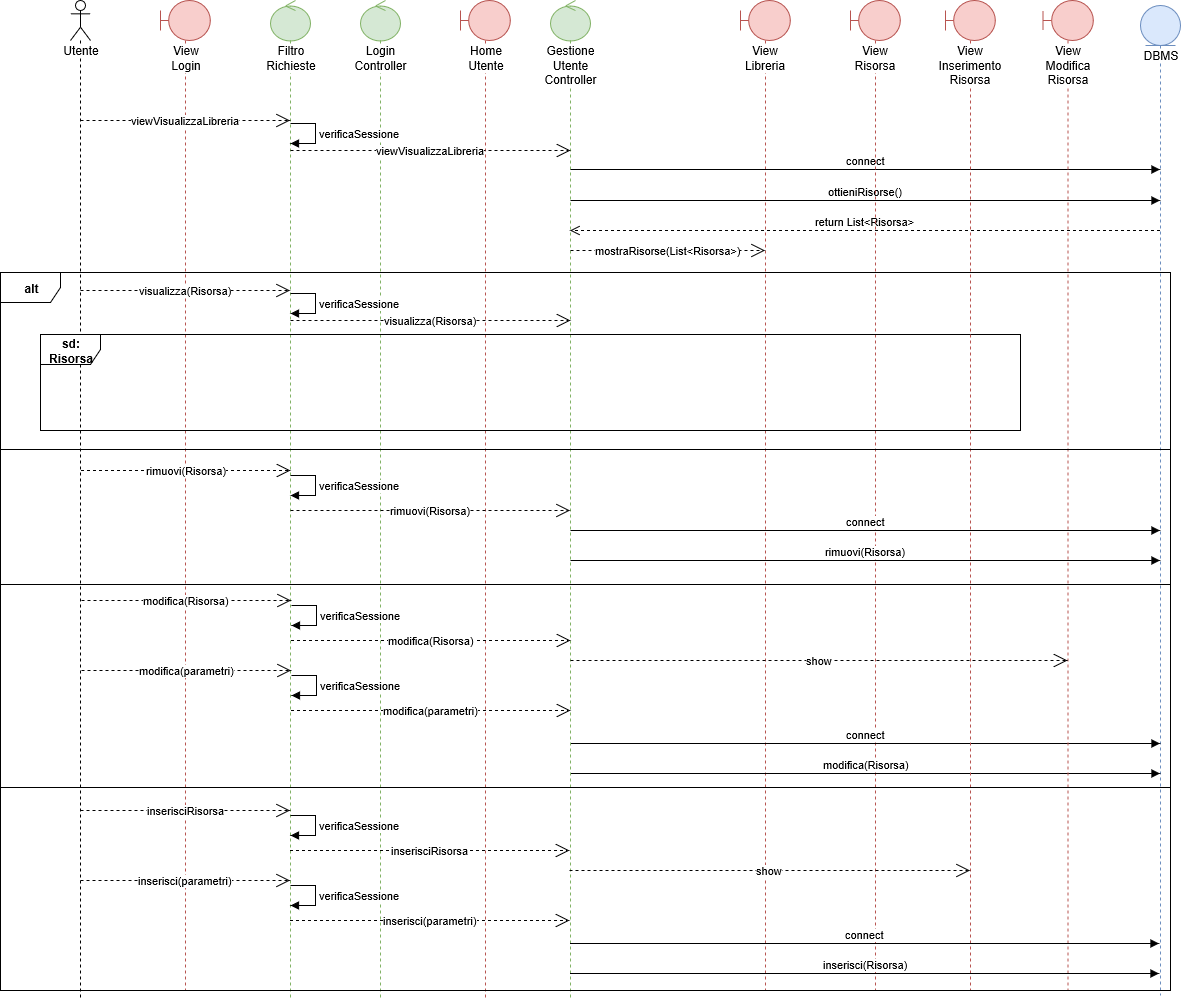
Before: Relazione quasi completa/sdLibreria.png, a diagram exported from draw.io (SundavarBlaka/Alexandria). Source tidied: cells renumbered, new cells last; positions are measured from the earlier drawing's top-left corner, leaving out a move shared by most shapes.
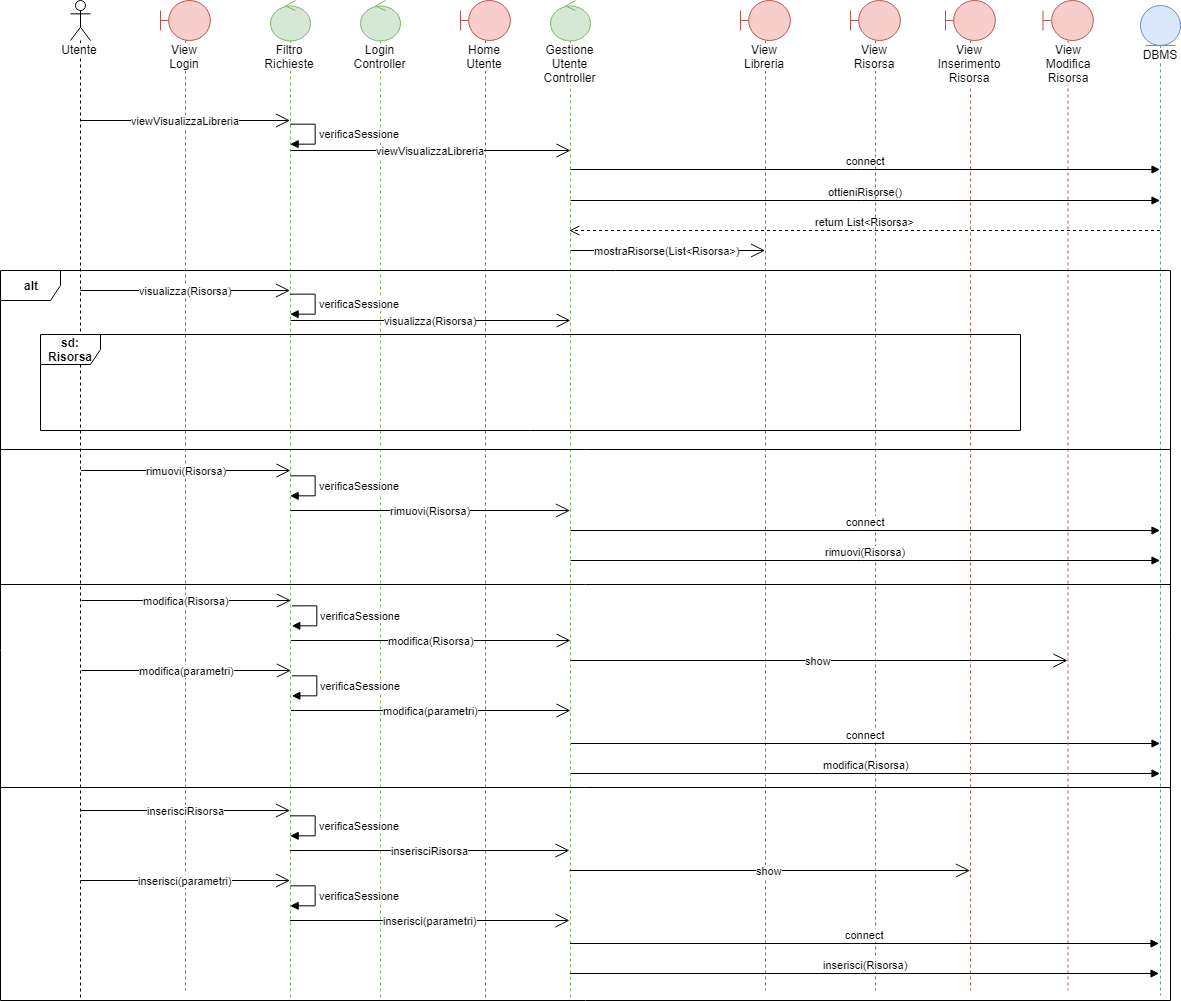
Later version of the same file.

Diff of the diagram source:
```diff
@@ -23,12 +23,12 @@
     <mxCell id="8" value="View Libreria&lt;br&gt;" style="shape=umlLifeline;participant=umlBoundary;perimeter=lifelinePerimeter;whiteSpace=wrap;html=1;verticalAlign=top;spacingTop=36;labelBackgroundColor=#ffffff;fillColor=#f8cecc;strokeColor=#b85450;" parent="1" vertex="1">
       <mxGeometry x="740" width="50" height="990" as="geometry" />
     </mxCell>
-    <mxCell id="9" value="viewVisualizzaLibreria&lt;br&gt;" style="endArrow=open;endSize=12;dashed=1;html=1;" parent="1" edge="1" target="4">
+    <mxCell id="9" value="viewVisualizzaLibreria&lt;br&gt;" style="endArrow=open;endSize=12;html=1;" parent="1" edge="1" target="4">
       <mxGeometry relative="1" as="geometry">
         <mxPoint x="80" y="120" as="sourcePoint" />
       </mxGeometry>
     </mxCell>
-    <mxCell id="10" value="viewVisualizzaLibreria&lt;br&gt;" style="endArrow=open;endSize=12;dashed=1;html=1;" parent="1" edge="1">
+    <mxCell id="10" value="viewVisualizzaLibreria&lt;br&gt;" style="endArrow=open;endSize=12;html=1;" parent="1" edge="1">
       <mxGeometry relative="1" as="geometry">
         <mxPoint x="290" y="150" as="sourcePoint" />
         <mxPoint x="570" y="150" as="targetPoint" />
@@ -63,19 +63,19 @@
         </Array>
       </mxGeometry>
     </mxCell>
-    <mxCell id="16" value="mostraRisorse(List&amp;lt;Risorsa&amp;gt;)&lt;br&gt;" style="endArrow=open;endSize=12;dashed=1;html=1;" parent="1" edge="1">
+    <mxCell id="16" value="mostraRisorse(List&amp;lt;Risorsa&amp;gt;)&lt;br&gt;" style="endArrow=open;endSize=12;html=1;" parent="1" edge="1">
       <mxGeometry relative="1" as="geometry">
         <mxPoint x="570" y="250" as="sourcePoint" />
         <mxPoint x="764.5" y="250" as="targetPoint" />
       </mxGeometry>
     </mxCell>
-    <mxCell id="17" value="visualizza(Risorsa)&lt;br&gt;" style="endArrow=open;endSize=12;dashed=1;html=1;" parent="1" edge="1">
+    <mxCell id="17" value="visualizza(Risorsa)&lt;br&gt;" style="endArrow=open;endSize=12;html=1;" parent="1" edge="1">
       <mxGeometry relative="1" as="geometry">
         <mxPoint x="80" y="290" as="sourcePoint" />
         <mxPoint x="289.5" y="290" as="targetPoint" />
       </mxGeometry>
     </mxCell>
-    <mxCell id="18" value="visualizza(Risorsa)&lt;br&gt;" style="endArrow=open;endSize=12;dashed=1;html=1;" parent="1" edge="1">
+    <mxCell id="18" value="visualizza(Risorsa)&lt;br&gt;" style="endArrow=open;endSize=12;html=1;" parent="1" edge="1">
       <mxGeometry relative="1" as="geometry">
         <mxPoint x="290" y="320" as="sourcePoint" />
         <mxPoint x="570" y="320" as="targetPoint" />
@@ -96,13 +96,13 @@
     <mxCell id="21" value="&lt;b&gt;sd: Risorsa&lt;/b&gt;&lt;br&gt;" style="shape=umlFrame;whiteSpace=wrap;html=1;" parent="1" vertex="1">
       <mxGeometry x="40" y="334" width="980" height="96" as="geometry" />
     </mxCell>
-    <mxCell id="22" value="rimuovi(Risorsa)&lt;br&gt;" style="endArrow=open;endSize=12;dashed=1;html=1;" parent="1" edge="1">
+    <mxCell id="22" value="rimuovi(Risorsa)&lt;br&gt;" style="endArrow=open;endSize=12;html=1;" parent="1" edge="1">
       <mxGeometry relative="1" as="geometry">
         <mxPoint x="80.5" y="470" as="sourcePoint" />
         <mxPoint x="290" y="470" as="targetPoint" />
       </mxGeometry>
     </mxCell>
-    <mxCell id="23" value="rimuovi(Risorsa)&lt;br&gt;" style="endArrow=open;endSize=12;dashed=1;html=1;" parent="1" edge="1" target="7">
+    <mxCell id="23" value="rimuovi(Risorsa)&lt;br&gt;" style="endArrow=open;endSize=12;html=1;" parent="1" edge="1" target="7">
       <mxGeometry relative="1" as="geometry">
         <mxPoint x="290" y="510" as="sourcePoint" />
       </mxGeometry>
@@ -126,13 +126,13 @@
         <mxPoint x="570" y="560" as="sourcePoint" />
       </mxGeometry>
     </mxCell>
-    <mxCell id="27" value="modifica(Risorsa)&lt;br&gt;" style="endArrow=open;endSize=12;dashed=1;html=1;" parent="1" edge="1">
+    <mxCell id="27" value="modifica(Risorsa)&lt;br&gt;" style="endArrow=open;endSize=12;html=1;" parent="1" edge="1">
       <mxGeometry relative="1" as="geometry">
         <mxPoint x="81" y="600" as="sourcePoint" />
         <mxPoint x="290.5" y="600" as="targetPoint" />
       </mxGeometry>
     </mxCell>
-    <mxCell id="28" value="modifica(Risorsa)&lt;br&gt;" style="endArrow=open;endSize=12;dashed=1;html=1;" parent="1" edge="1">
+    <mxCell id="28" value="modifica(Risorsa)&lt;br&gt;" style="endArrow=open;endSize=12;html=1;" parent="1" edge="1">
       <mxGeometry relative="1" as="geometry">
         <mxPoint x="290.5" y="640" as="sourcePoint" />
         <mxPoint x="570" y="640" as="targetPoint" />
@@ -165,18 +165,18 @@
     <mxCell id="33" value="View&lt;br&gt;Modifica&lt;br&gt;Risorsa&lt;br&gt;" style="shape=umlLifeline;participant=umlBoundary;perimeter=lifelinePerimeter;whiteSpace=wrap;html=1;verticalAlign=top;spacingTop=36;labelBackgroundColor=#ffffff;outlineConnect=0;fillColor=#f8cecc;strokeColor=#b85450;" parent="1" vertex="1">
       <mxGeometry x="1042.5" width="50" height="990" as="geometry" />
     </mxCell>
-    <mxCell id="34" value="show&lt;br&gt;" style="endArrow=open;endSize=12;dashed=1;html=1;" parent="1" edge="1" target="33">
+    <mxCell id="34" value="show&lt;br&gt;" style="endArrow=open;endSize=12;html=1;" parent="1" edge="1" target="33">
       <mxGeometry relative="1" as="geometry">
         <mxPoint x="570" y="660" as="sourcePoint" />
       </mxGeometry>
     </mxCell>
-    <mxCell id="35" value="modifica(parametri)&lt;br&gt;" style="endArrow=open;endSize=12;dashed=1;html=1;" parent="1" edge="1">
+    <mxCell id="35" value="modifica(parametri)&lt;br&gt;" style="endArrow=open;endSize=12;html=1;" parent="1" edge="1">
       <mxGeometry relative="1" as="geometry">
         <mxPoint x="81" y="670" as="sourcePoint" />
         <mxPoint x="290.5" y="670" as="targetPoint" />
       </mxGeometry>
     </mxCell>
-    <mxCell id="36" value="modifica(parametri)&lt;br&gt;" style="endArrow=open;endSize=12;dashed=1;html=1;" parent="1" edge="1">
+    <mxCell id="36" value="modifica(parametri)&lt;br&gt;" style="endArrow=open;endSize=12;html=1;" parent="1" edge="1">
       <mxGeometry relative="1" as="geometry">
         <mxPoint x="290.5" y="710" as="sourcePoint" />
         <mxPoint x="570" y="710" as="targetPoint" />
@@ -191,13 +191,13 @@
         </Array>
       </mxGeometry>
     </mxCell>
-    <mxCell id="38" value="inserisciRisorsa&lt;br&gt;" style="endArrow=open;endSize=12;dashed=1;html=1;" parent="1" edge="1">
+    <mxCell id="38" value="inserisciRisorsa&lt;br&gt;" style="endArrow=open;endSize=12;html=1;" parent="1" edge="1">
       <mxGeometry relative="1" as="geometry">
         <mxPoint x="80" y="810" as="sourcePoint" />
         <mxPoint x="289.5" y="810" as="targetPoint" />
       </mxGeometry>
     </mxCell>
-    <mxCell id="39" value="inserisciRisorsa&lt;br&gt;" style="endArrow=open;endSize=12;dashed=1;html=1;" parent="1" edge="1">
+    <mxCell id="39" value="inserisciRisorsa&lt;br&gt;" style="endArrow=open;endSize=12;html=1;" parent="1" edge="1">
       <mxGeometry relative="1" as="geometry">
         <mxPoint x="289.5" y="850" as="sourcePoint" />
         <mxPoint x="569" y="850" as="targetPoint" />
@@ -224,18 +224,18 @@
         <mxPoint x="1158.5" y="973" as="targetPoint" />
       </mxGeometry>
     </mxCell>
-    <mxCell id="43" value="show&lt;br&gt;" style="endArrow=open;endSize=12;dashed=1;html=1;" parent="1" edge="1" target="32">
+    <mxCell id="43" value="show&lt;br&gt;" style="endArrow=open;endSize=12;html=1;" parent="1" edge="1" target="32">
       <mxGeometry relative="1" as="geometry">
         <mxPoint x="569" y="870" as="sourcePoint" />
       </mxGeometry>
     </mxCell>
-    <mxCell id="44" value="inserisci(parametri)&lt;br&gt;" style="endArrow=open;endSize=12;dashed=1;html=1;" parent="1" edge="1">
+    <mxCell id="44" value="inserisci(parametri)&lt;br&gt;" style="endArrow=open;endSize=12;html=1;" parent="1" edge="1">
       <mxGeometry relative="1" as="geometry">
         <mxPoint x="80" y="880" as="sourcePoint" />
         <mxPoint x="289.5" y="880" as="targetPoint" />
       </mxGeometry>
     </mxCell>
-    <mxCell id="45" value="inserisci(parametri)&lt;br&gt;" style="endArrow=open;endSize=12;dashed=1;html=1;" parent="1" edge="1">
+    <mxCell id="45" value="inserisci(parametri)&lt;br&gt;" style="endArrow=open;endSize=12;html=1;" parent="1" edge="1">
       <mxGeometry relative="1" as="geometry">
         <mxPoint x="289.5" y="920" as="sourcePoint" />
         <mxPoint x="569" y="920" as="targetPoint" />
@@ -251,7 +251,7 @@
       </mxGeometry>
     </mxCell>
     <mxCell id="47" value="&lt;b&gt;alt&lt;/b&gt;&lt;br&gt;" style="shape=umlFrame;whiteSpace=wrap;html=1;" parent="1" vertex="1">
-      <mxGeometry y="272" width="1170" height="718" as="geometry" />
+      <mxGeometry y="270" width="1170" height="730" as="geometry" />
     </mxCell>
     <mxCell id="48" style="line;strokeWidth=1;fillColor=none;align=left;verticalAlign=middle;spacingTop=-1;spacingLeft=3;spacingRight=3;labelPosition=right;" parent="1" vertex="1">
       <mxGeometry y="445" width="1170" height="8" as="geometry" />
```
